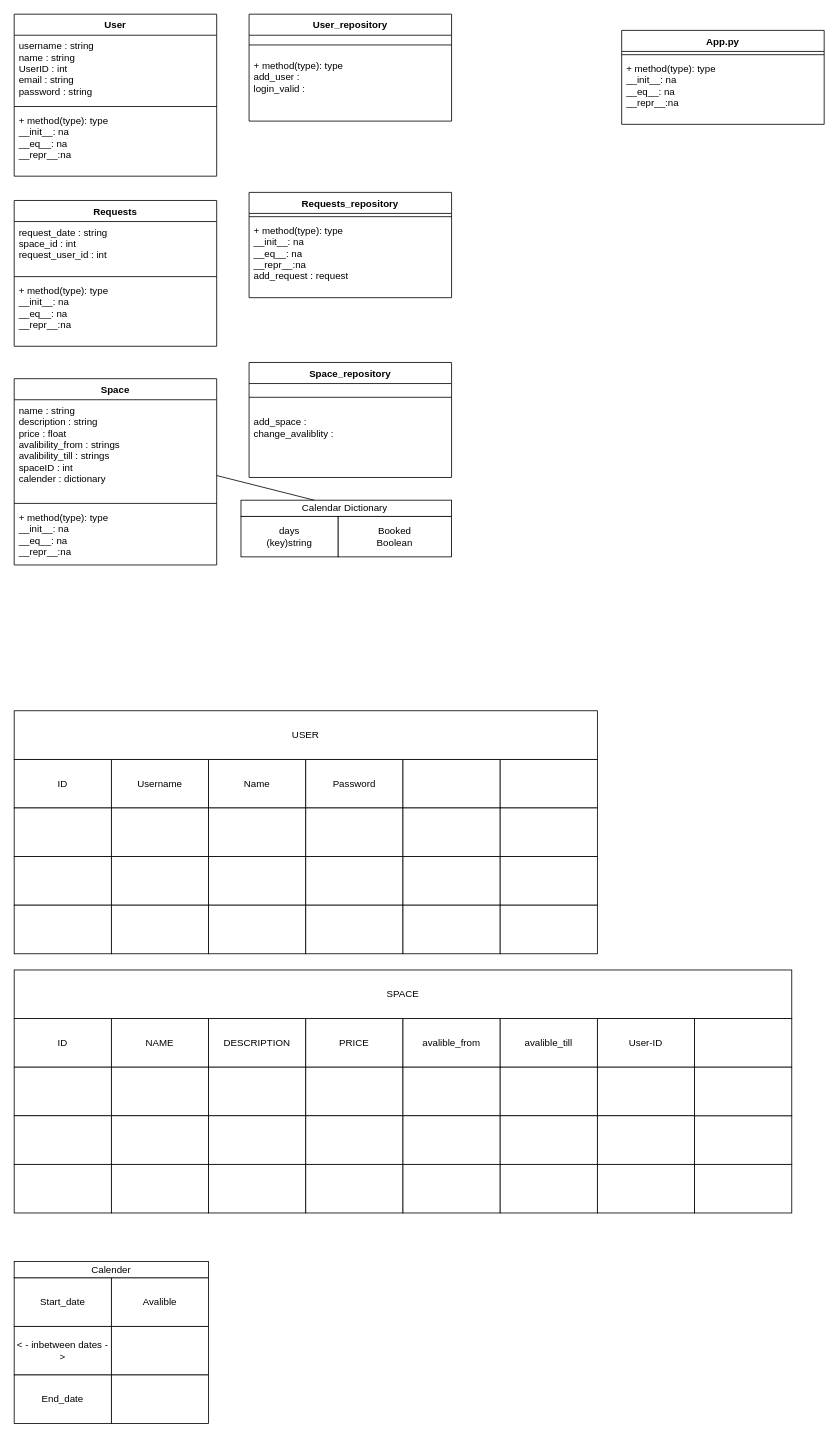
Before: rbnb.drawio in xAmiBa/AirBnB-Clone, a draw.io diagram. Source tidied: cells renumbered, new cells numbered last; positions are measured from the earlier drawing's top-left corner, leaving out a move shared by most shapes. Both pictures are drawn from the tidied source at 81%, with x=0, y=0 at pixel (14, 14).
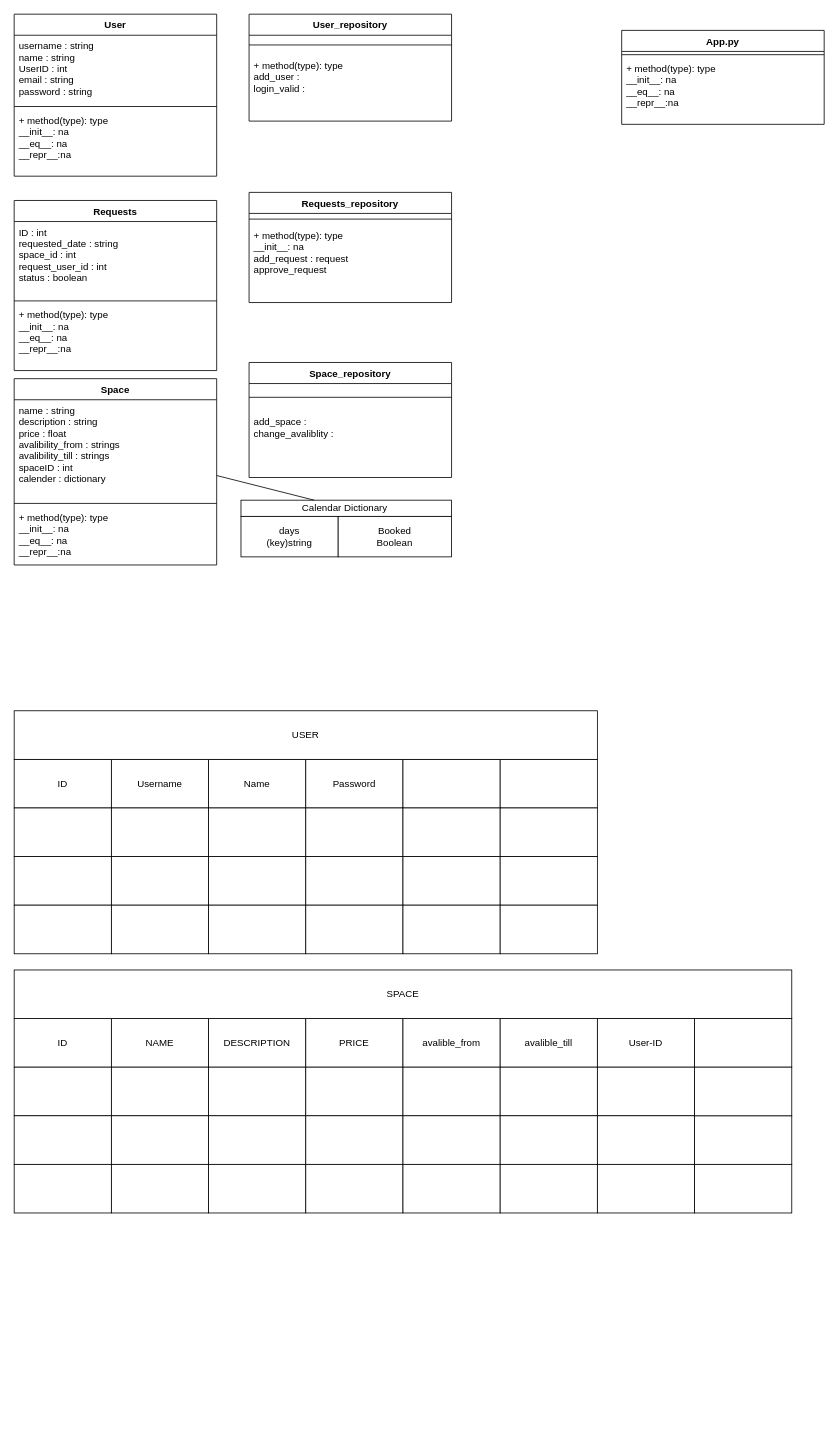
The same page after the edit.

Commit message:
initial class design

Change to the diagram source:
```diff
@@
-    <mxCell id="74" value="Start_date" style="whiteSpace=wrap;html=1;" parent="1" vertex="1">
-      <mxGeometry y="1560" width="120" height="60" as="geometry" />
-    </mxCell>
-    <mxCell id="75" value="Avalible" style="whiteSpace=wrap;html=1;" parent="1" vertex="1">
-      <mxGeometry x="120" y="1560" width="120" height="60" as="geometry" />
-    </mxCell>
-    <mxCell id="76" style="edgeStyle=none;html=1;exitX=1;exitY=0.5;exitDx=0;exitDy=0;" parent="1" edge="1" source="77" target="78">
-      <mxGeometry relative="1" as="geometry" />
-    </mxCell>
-    <mxCell id="77" value="&amp;lt; - inbetween dates - &amp;gt;" style="whiteSpace=wrap;html=1;" parent="1" vertex="1">
-      <mxGeometry y="1620" width="120" height="60" as="geometry" />
-    </mxCell>
-    <mxCell id="78" style="whiteSpace=wrap;html=1;" parent="1" vertex="1">
-      <mxGeometry x="120" y="1620" width="120" height="60" as="geometry" />
-    </mxCell>
-    <mxCell id="79" value="Calender" style="whiteSpace=wrap;html=1;" parent="1" vertex="1">
-      <mxGeometry y="1540" width="240" height="20" as="geometry" />
-    </mxCell>
@@
     <mxCell id="83" value="Requests" style="swimlane;fontStyle=1;align=center;verticalAlign=top;horizontal=1;startSize=26;" parent="1" vertex="1">
-      <mxGeometry y="230" width="250" height="180" as="geometry" />
+      <mxGeometry y="230" width="250" height="210" as="geometry" />
     </mxCell>
-    <mxCell id="84" value="request_date : string&#10;space_id : int&#10;request_user_id : int" style="text;strokeColor=none;fillColor=none;align=left;verticalAlign=top;spacingLeft=4;spacingRight=4;overflow=hidden;" parent="83" vertex="1">
-      <mxGeometry y="26" width="250" height="64" as="geometry" />
+    <mxCell id="84" value="ID : int&#10;requested_date : string&#10;space_id : int&#10;request_user_id : int&#10;status : boolean" style="text;strokeColor=none;fillColor=none;align=left;verticalAlign=top;spacingLeft=4;spacingRight=4;overflow=hidden;" parent="83" vertex="1">
+      <mxGeometry y="26" width="250" height="94" as="geometry" />
     </mxCell>
     <mxCell id="85" style="line;strokeWidth=1;fillColor=none;align=left;verticalAlign=middle;spacingTop=-1;spacingLeft=3;spacingRight=3;labelPosition=right;strokeColor=inherit;" parent="83" vertex="1">
-      <mxGeometry y="90" width="250" height="8" as="geometry" />
+      <mxGeometry y="120" width="250" height="8" as="geometry" />
     </mxCell>
     <mxCell id="86" value="+ method(type): type&#10;__init__: na&#10;__eq__: na&#10;__repr__:na" style="text;strokeColor=none;fillColor=none;align=left;verticalAlign=top;spacingLeft=4;spacingRight=4;overflow=hidden;" parent="83" vertex="1">
-      <mxGeometry y="98" width="250" height="82" as="geometry" />
+      <mxGeometry y="128" width="250" height="82" as="geometry" />
     </mxCell>
     <mxCell id="87" value="Requests_repository" style="swimlane;fontStyle=1;align=center;verticalAlign=top;horizontal=1;startSize=26;" parent="1" vertex="1">
-      <mxGeometry x="290" y="220" width="250" height="130" as="geometry" />
+      <mxGeometry x="290" y="220" width="250" height="136" as="geometry" />
     </mxCell>
     <mxCell id="88" style="line;strokeWidth=1;fillColor=none;align=left;verticalAlign=middle;spacingTop=-1;spacingLeft=3;spacingRight=3;labelPosition=right;strokeColor=inherit;" parent="87" vertex="1">
-      <mxGeometry y="26" width="250" height="8" as="geometry" />
+      <mxGeometry y="26" width="250" height="14" as="geometry" />
     </mxCell>
-    <mxCell id="89" value="+ method(type): type&#10;__init__: na&#10;__eq__: na&#10;__repr__:na&#10;add_request : request" style="text;strokeColor=none;fillColor=none;align=left;verticalAlign=top;spacingLeft=4;spacingRight=4;overflow=hidden;" parent="87" vertex="1">
-      <mxGeometry y="34" width="250" height="96" as="geometry" />
+    <mxCell id="89" value="+ method(type): type&#10;__init__: na&#10;add_request : request&#10;approve_request " style="text;strokeColor=none;fillColor=none;align=left;verticalAlign=top;spacingLeft=4;spacingRight=4;overflow=hidden;" parent="87" vertex="1">
+      <mxGeometry y="40" width="250" height="96" as="geometry" />
     </mxCell>
@@
-    <mxCell id="94" value="End_date" style="whiteSpace=wrap;html=1;" parent="1" vertex="1">
-      <mxGeometry y="1680" width="120" height="60" as="geometry" />
-    </mxCell>
-    <mxCell id="95" style="whiteSpace=wrap;html=1;" parent="1" vertex="1">
-      <mxGeometry x="120" y="1680" width="120" height="60" as="geometry" />
-    </mxCell>
```
